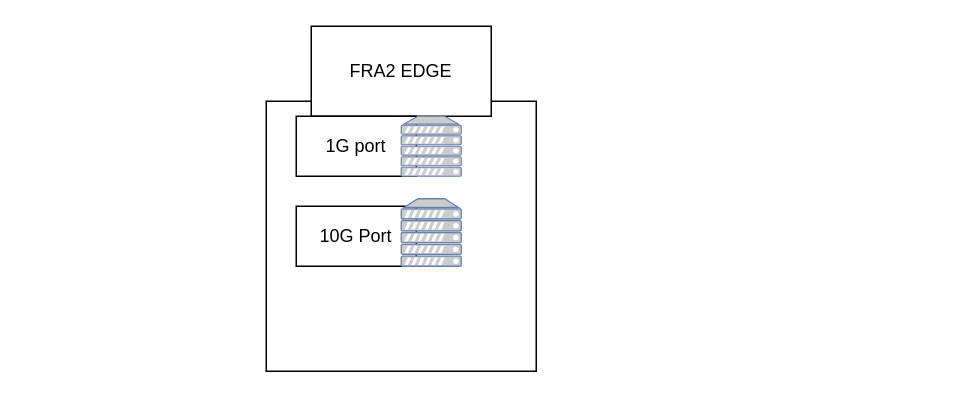
The draw.io diagram Untitled Diagram.drawio in kapana031/kapanalive, before the edit. Source tidied: cells renumbered, new cells numbered last; positions are measured from the earlier drawing's top-left corner, leaving out a move shared by most shapes. Both pictures are drawn from the tidied source at 150%, with x=0, y=0 at pixel (266, 26).
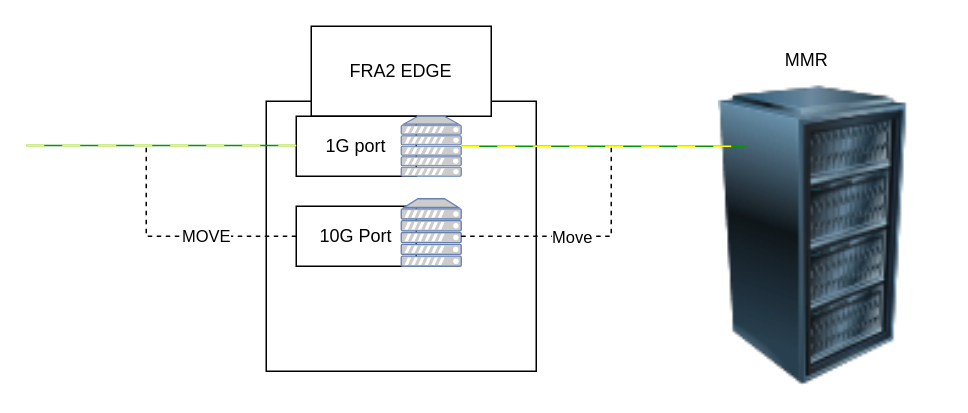
The same page after the edit.

Unchanged cells that the change refers to:
```xml
<mxCell id="2" style="whiteSpace=wrap;html=1;" parent="1" vertex="1">
  <mxGeometry y="50" width="180" height="180" as="geometry" />
</mxCell>
<mxCell id="4" value="1G port" style="rounded=0;whiteSpace=wrap;html=1;" parent="1" vertex="1">
  <mxGeometry x="20" y="60" width="80" height="40" as="geometry" />
</mxCell>
<mxCell id="6" style="fontColor=#0066CC;verticalAlign=top;verticalLabelPosition=bottom;labelPosition=center;align=center;html=1;outlineConnect=0;fillColor=#CCCCCC;strokeColor=#6881B3;gradientColor=none;gradientDirection=north;strokeWidth=2;shape=mxgraph.networks.server;" parent="1" vertex="1">
  <mxGeometry x="90" y="60" width="40" height="40" as="geometry" />
</mxCell>
```

The edit, as a diff of the source:
```diff
@@
+    <mxCell id="8" style="shape=wire;edgeStyle=orthogonalEdgeStyle;jettySize=auto;html=1;sourcePerimeterSpacing=0;targetPerimeterSpacing=0;endArrow=none;curved=0;rounded=0;strokeColor=#009900;dashed=1;fillColor=#ffff00;dashPattern=12 12;fixDash=1;startSize=6;endSize=6;" parent="1" edge="1" target="4">
+      <mxGeometry relative="1" as="geometry">
+        <mxPoint x="-160" y="79.5" as="sourcePoint" />
+        <Array as="points">
+          <mxPoint x="-60" y="80" />
+          <mxPoint x="-60" y="80" />
+        </Array>
+      </mxGeometry>
+    </mxCell>
+    <mxCell id="9" style="image;html=1;image=img/lib/clip_art/computers/Server_Rack_128x128.png;" parent="1" vertex="1">
+      <mxGeometry x="280" y="40" width="170" height="200" as="geometry" />
+    </mxCell>
+    <mxCell id="10" value="MMR" style="text;html=1;align=center;verticalAlign=middle;strokeColor=none;fillColor=none;" parent="1" vertex="1">
+      <mxGeometry x="335" y="8" width="50" height="30" as="geometry" />
+    </mxCell>
+    <mxCell id="11" style="shape=wire;edgeStyle=orthogonalEdgeStyle;jettySize=auto;html=1;sourcePerimeterSpacing=0;targetPerimeterSpacing=0;endArrow=none;curved=0;rounded=0;strokeColor=#009900;dashed=1;fillColor=#ffff00;dashPattern=12 12;fixDash=1;startSize=6;endSize=6;exitX=1;exitY=0.5;exitDx=0;exitDy=0;exitPerimeter=0;entryX=0.235;entryY=0.2;entryDx=0;entryDy=0;entryPerimeter=0;" parent="1" edge="1" source="6" target="9">
+      <mxGeometry relative="1" as="geometry" />
+    </mxCell>
+    <mxCell id="12" style="endArrow=none;dashed=1;html=1;rounded=0;exitX=0;exitY=0.75;exitDx=0;exitDy=0;" parent="1" edge="1">
+      <mxGeometry relative="1" as="geometry">
+        <mxPoint x="20" y="140" as="sourcePoint" />
+        <mxPoint x="-80" y="80" as="targetPoint" />
+        <Array as="points">
+          <mxPoint x="-80" y="140" />
+        </Array>
+      </mxGeometry>
+    </mxCell>
+    <mxCell id="13" value="MOVE" style="edgeLabel;html=1;align=center;verticalAlign=middle;" parent="12" vertex="1">
+      <mxGeometry x="-0.24" y="-1" relative="1" as="geometry" />
+    </mxCell>
+    <mxCell id="14" style="endArrow=none;dashed=1;html=1;rounded=0;exitX=0.722;exitY=0.5;exitDx=0;exitDy=0;exitPerimeter=0;" parent="1" edge="1" source="2">
+      <mxGeometry relative="1" as="geometry">
+        <mxPoint x="230" y="80" as="targetPoint" />
+        <Array as="points">
+          <mxPoint x="230" y="140" />
+        </Array>
+      </mxGeometry>
+    </mxCell>
+    <mxCell id="15" value="Move" style="edgeLabel;html=1;align=center;verticalAlign=middle;" parent="14" vertex="1">
+      <mxGeometry x="-0.07" relative="1" as="geometry" />
+    </mxCell>
```
